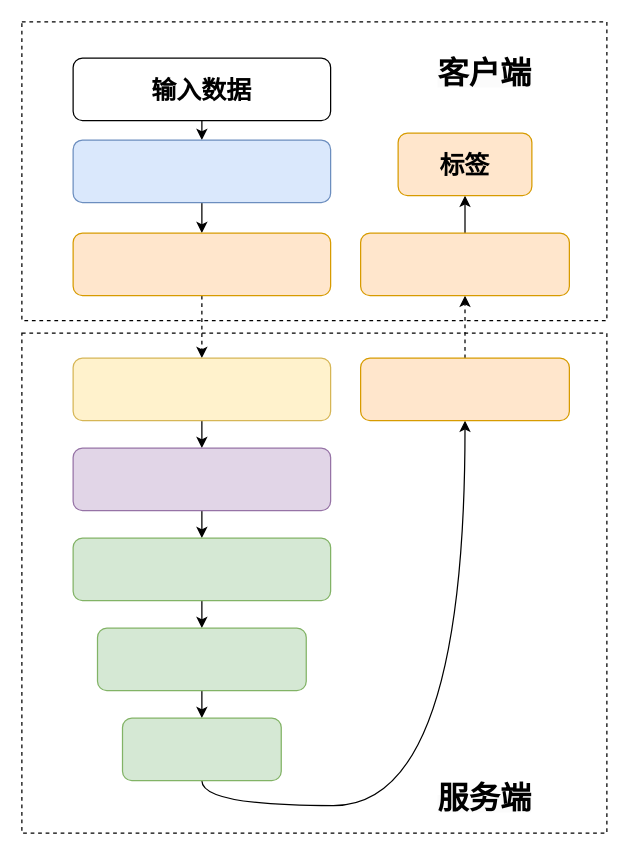
This is 分割联邦学习基本架构（without label sharing）.drawio from XiaoWenZz/draw-io, a draw.io file, before an edit. Source tidied: cells renumbered, new cells numbered last; positions are measured from the earlier drawing's top-left corner, leaving out a move shared by most shapes. Both pictures are drawn from the tidied source at 125%, with x=0, y=0 at pixel (21, 21).
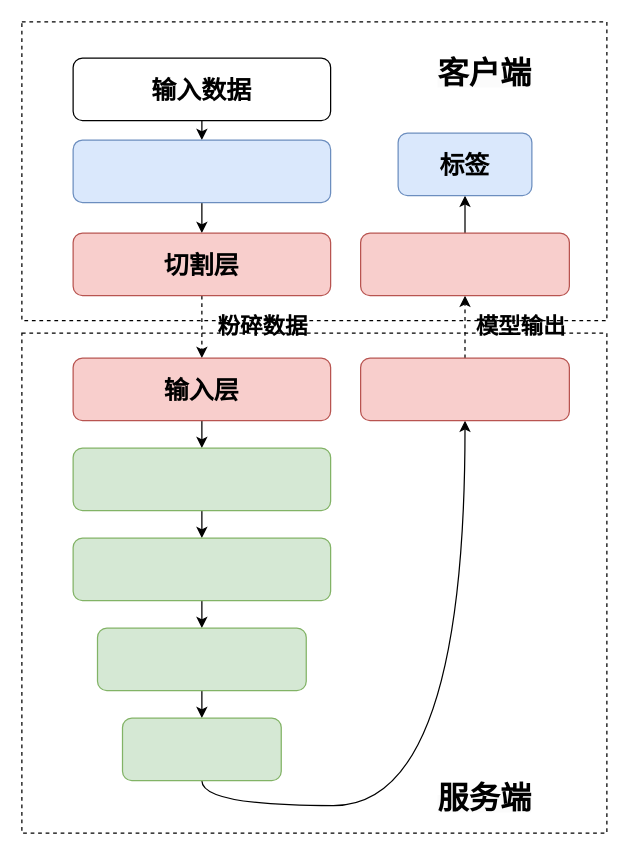
After the change.

Commit message:
更新分割联邦学习基本架构（without label sharing）.drawio

The edit, as a diff of the source:
```diff
@@
-    <mxCell id="9" style="rounded=1;whiteSpace=wrap;html=1;fillColor=#ffe6cc;strokeColor=#d79b00;" parent="1" vertex="1">
+    <mxCell id="9" value="&lt;b style=&quot;font-size: 20px;&quot;&gt;切割层&lt;/b&gt;" style="rounded=1;whiteSpace=wrap;html=1;fillColor=#f8cecc;strokeColor=#b85450;" parent="1" vertex="1">
       <mxGeometry x="41" y="169" width="206" height="50" as="geometry" />
     </mxCell>
@@
-    <mxCell id="11" style="rounded=1;whiteSpace=wrap;html=1;fillColor=#fff2cc;strokeColor=#d6b656;" parent="1" vertex="1">
+    <mxCell id="11" value="&lt;b style=&quot;font-size: 20px;&quot;&gt;输入层&lt;/b&gt;" style="rounded=1;whiteSpace=wrap;html=1;fillColor=#f8cecc;strokeColor=#b85450;" parent="1" vertex="1">
       <mxGeometry x="41" y="269" width="206" height="50" as="geometry" />
     </mxCell>
@@
-    <mxCell id="13" style="rounded=1;whiteSpace=wrap;html=1;fillColor=#e1d5e7;strokeColor=#9673a6;" parent="1" vertex="1">
+    <mxCell id="13" style="rounded=1;whiteSpace=wrap;html=1;fillColor=#d5e8d4;strokeColor=#82b366;" parent="1" vertex="1">
       <mxGeometry x="41" y="341" width="206" height="50" as="geometry" />
     </mxCell>
@@
-    <mxCell id="23" style="rounded=1;whiteSpace=wrap;html=1;fillColor=#ffe6cc;strokeColor=#d79b00;" parent="1" vertex="1">
+    <mxCell id="23" style="rounded=1;whiteSpace=wrap;html=1;fillColor=#f8cecc;strokeColor=#b85450;" parent="1" vertex="1">
       <mxGeometry x="271" y="269" width="167" height="50" as="geometry" />
     </mxCell>
@@
-    <mxCell id="25" style="rounded=1;whiteSpace=wrap;html=1;fillColor=#ffe6cc;strokeColor=#d79b00;" parent="1" vertex="1">
+    <mxCell id="25" style="rounded=1;whiteSpace=wrap;html=1;fillColor=#f8cecc;strokeColor=#b85450;" parent="1" vertex="1">
       <mxGeometry x="271" y="169" width="167" height="50" as="geometry" />
     </mxCell>
-    <mxCell id="26" value="&lt;font style=&quot;font-size: 20px;&quot;&gt;&lt;b&gt;标签&lt;/b&gt;&lt;/font&gt;" style="rounded=1;whiteSpace=wrap;html=1;fillColor=#ffe6cc;strokeColor=#d79b00;" parent="1" vertex="1">
+    <mxCell id="26" value="&lt;font style=&quot;font-size: 20px;&quot;&gt;&lt;b&gt;标签&lt;/b&gt;&lt;/font&gt;" style="rounded=1;whiteSpace=wrap;html=1;fillColor=#dae8fc;strokeColor=#6c8ebf;" parent="1" vertex="1">
       <mxGeometry x="301" y="89" width="107" height="50" as="geometry" />
     </mxCell>
+    <mxCell id="27" value="&lt;b&gt;&lt;font style=&quot;font-size: 18px;&quot;&gt;粉碎数据&lt;/font&gt;&lt;/b&gt;" style="text;html=1;align=center;verticalAlign=middle;whiteSpace=wrap;rounded=0;" parent="1" vertex="1">
+      <mxGeometry x="151" y="229" width="83.5" height="30" as="geometry" />
+    </mxCell>
+    <mxCell id="28" value="&lt;span style=&quot;font-size: 18px;&quot;&gt;&lt;b&gt;模型输出&lt;/b&gt;&lt;/span&gt;" style="text;html=1;align=center;verticalAlign=middle;whiteSpace=wrap;rounded=0;" parent="1" vertex="1">
+      <mxGeometry x="361.2" y="229" width="76.8" height="30" as="geometry" />
+    </mxCell>
```
